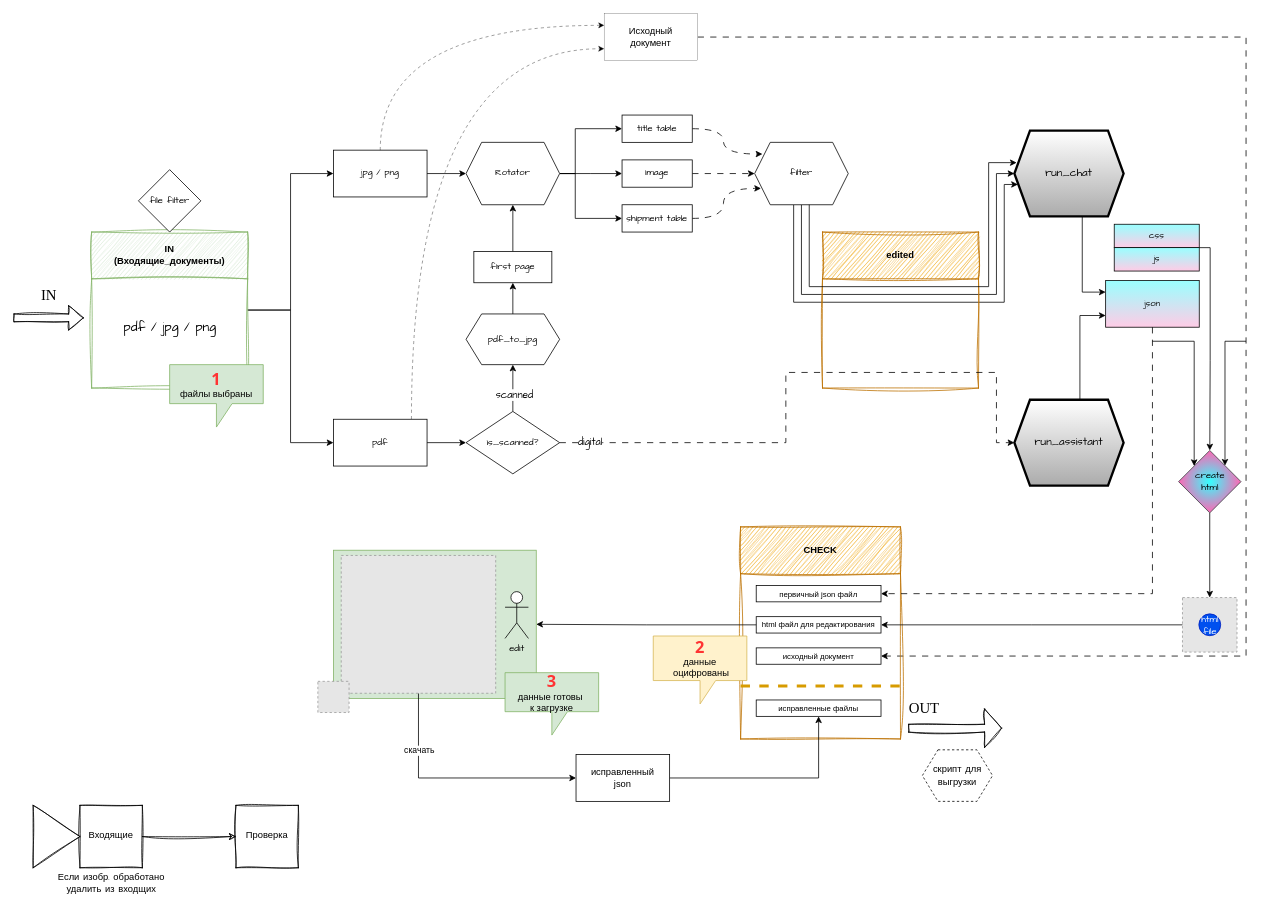
Above: SCHEMAS/invoice_pipe.drawio in maxfil333/shared (draw.io), before the change. Source tidied: cells renumbered, new cells numbered last; positions are measured from the earlier drawing's top-left corner, leaving out a move shared by most shapes. Both pictures are drawn from the tidied source at 78%, with x=0, y=0 at pixel (13, 13). Pictures stored in the file or linked from it are replaced by grey dashed boxes.
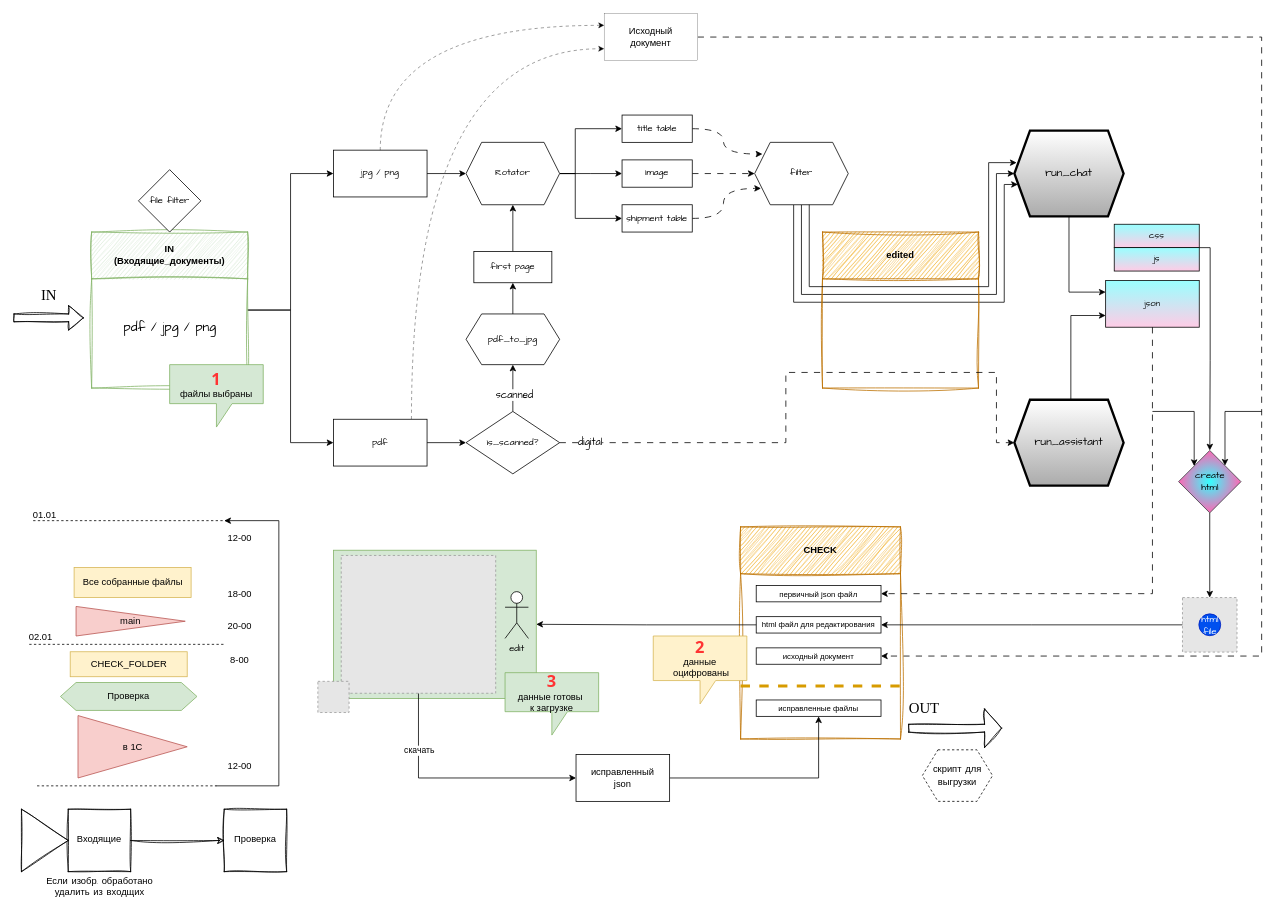
After the change.

Unchanged cells that the change refers to:
```xml
<mxCell id="3" value="&lt;font face=&quot;Helvetica&quot;&gt;Исходный&lt;/font&gt;&lt;div&gt;&lt;font face=&quot;Helvetica&quot;&gt;документ&lt;/font&gt;&lt;/div&gt;" style="rounded=0;whiteSpace=wrap;html=1;hachureGap=4;fontFamily=Architects Daughter;strokeWidth=0.3;" parent="1" vertex="1">
  <mxGeometry x="757" width="120" height="60" as="geometry" />
</mxCell>
<mxCell id="30" value="&lt;font style=&quot;font-size: 14px;&quot;&gt;run_chat&lt;/font&gt;" style="shape=hexagon;perimeter=hexagonPerimeter2;whiteSpace=wrap;html=1;fixedSize=1;hachureGap=4;fontFamily=Architects Daughter;strokeWidth=3;fillStyle=auto;fillColor=default;gradientColor=#ABABAB;" parent="1" vertex="1">
  <mxGeometry x="1283" y="150" width="140" height="110" as="geometry" />
</mxCell>
<mxCell id="32" value="&lt;font style=&quot;font-size: 14px;&quot;&gt;run_assistant&lt;/font&gt;" style="shape=hexagon;perimeter=hexagonPerimeter2;whiteSpace=wrap;html=1;fixedSize=1;hachureGap=4;fontFamily=Architects Daughter;strokeWidth=3;fillStyle=auto;fillColor=default;gradientColor=#ABABAB;" parent="1" vertex="1">
  <mxGeometry x="1283" y="495" width="140" height="110" as="geometry" />
</mxCell>
<mxCell id="35" value="&lt;span style=&quot;font-family: Helvetica; text-wrap: nowrap;&quot;&gt;&lt;font style=&quot;font-size: 10px;&quot;&gt;исходный документ&lt;/font&gt;&lt;/span&gt;" style="rounded=0;whiteSpace=wrap;html=1;hachureGap=4;fontFamily=Architects Daughter;" parent="33" vertex="1">
  <mxGeometry x="20" y="155.1" width="160" height="21" as="geometry" />
</mxCell>
<mxCell id="38" value="json" style="rounded=0;whiteSpace=wrap;html=1;hachureGap=4;fontFamily=Architects Daughter;gradientColor=#FFCCE6;fillColor=#99FFFF;" parent="1" vertex="1">
  <mxGeometry x="1400" y="342" width="120" height="60" as="geometry" />
</mxCell>
<mxCell id="41" value="&lt;div&gt;create&lt;/div&gt;html" style="rhombus;whiteSpace=wrap;html=1;hachureGap=4;fontFamily=Architects Daughter;fillColor=#33FFFF;strokeColor=#36393d;gradientColor=#FF66B3;gradientDirection=radial;" parent="1" vertex="1">
  <mxGeometry x="1493.5" y="560" width="80" height="80" as="geometry" />
</mxCell>
```

What changed in the source:
```diff
@@
     <mxCell id="2" style="edgeStyle=orthogonalEdgeStyle;rounded=0;hachureGap=4;jettySize=auto;html=1;fontFamily=Architects Daughter;dashed=1;dashPattern=8 8;flowAnimation=1;entryX=1;entryY=0.5;entryDx=0;entryDy=0;exitX=1;exitY=0.5;exitDx=0;exitDy=0;" parent="1" edge="1" source="3" target="35">
       <mxGeometry relative="1" as="geometry">
         <Array as="points">
-          <mxPoint x="1580" y="30" />
-          <mxPoint x="1580" y="824" />
+          <mxPoint x="1600" y="30" />
+          <mxPoint x="1600" y="824" />
         </Array>
       </mxGeometry>
     </mxCell>
@@
     <mxCell id="29" style="edgeStyle=orthogonalEdgeStyle;rounded=0;hachureGap=4;jettySize=auto;html=1;entryX=0;entryY=0.25;entryDx=0;entryDy=0;fontFamily=Architects Daughter;exitX=0.5;exitY=1;exitDx=0;exitDy=0;flowAnimation=1;" parent="1" edge="1" source="30" target="38">
       <mxGeometry relative="1" as="geometry">
         <Array as="points">
-          <mxPoint x="1370" y="260" />
-          <mxPoint x="1370" y="357" />
+          <mxPoint x="1353" y="357" />
         </Array>
       </mxGeometry>
     </mxCell>
@@
-    <mxCell id="31" style="edgeStyle=orthogonalEdgeStyle;rounded=0;hachureGap=4;jettySize=auto;html=1;entryX=0;entryY=0.75;entryDx=0;entryDy=0;fontFamily=Architects Daughter;flowAnimation=1;" parent="1" edge="1" source="32" target="38">
+    <mxCell id="31" style="edgeStyle=orthogonalEdgeStyle;rounded=0;hachureGap=4;jettySize=auto;html=1;entryX=0;entryY=0.75;entryDx=0;entryDy=0;fontFamily=Architects Daughter;flowAnimation=1;exitX=0.517;exitY=0.002;exitDx=0;exitDy=0;exitPerimeter=0;" parent="1" edge="1" source="32" target="38">
       <mxGeometry relative="1" as="geometry">
         <Array as="points">
-          <mxPoint x="1367" y="387" />
+          <mxPoint x="1355" y="387" />
         </Array>
       </mxGeometry>
     </mxCell>
@@
     <mxCell id="39" style="edgeStyle=orthogonalEdgeStyle;rounded=0;jettySize=auto;html=1;flowAnimation=1;entryX=0;entryY=0;entryDx=0;entryDy=0;" parent="1" edge="1" target="41">
       <mxGeometry relative="1" as="geometry">
-        <mxPoint x="1460" y="420" as="sourcePoint" />
+        <mxPoint x="1460" y="510" as="sourcePoint" />
         <Array as="points">
-          <mxPoint x="1460" y="420" />
-          <mxPoint x="1514" y="420" />
+          <mxPoint x="1513" y="510" />
         </Array>
       </mxGeometry>
     </mxCell>
@@
-    <mxCell id="48" style="shape=flexArrow;endArrow=classic;html=1;rounded=0;hachureGap=4;fontFamily=Architects Daughter;labelBackgroundColor=none;fontColor=default;sketch=1;curveFitting=1;jiggle=2;endWidth=38.285714285714285;endSize=6.897142857142858;" parent="1" edge="1">
+    <mxCell id="48" style="shape=flexArrow;endArrow=classic;html=1;rounded=0;hachureGap=4;fontFamily=Architects Daughter;labelBackgroundColor=none;fontColor=default;sketch=1;curveFitting=1;jiggle=2;endWidth=38.285714285714285;endSize=6.897142857142858;flowAnimation=0;" parent="1" edge="1">
       <mxGeometry relative="1" as="geometry">
         <mxPoint x="1147" y="916.1" as="sourcePoint" />
         <mxPoint x="1267" y="916" as="targetPoint" />
       </mxGeometry>
     </mxCell>
@@
     <mxCell id="52" value="Входящие" style="whiteSpace=wrap;html=1;sketch=1;hachureGap=4;jiggle=2;curveFitting=1;fontFamily=Architects Daughter;" parent="1" vertex="1">
-      <mxGeometry x="85" y="1015" width="80" height="80" as="geometry" />
+      <mxGeometry x="70" y="1020" width="80" height="80" as="geometry" />
     </mxCell>
     <mxCell id="53" style="triangle;whiteSpace=wrap;html=1;sketch=1;hachureGap=4;jiggle=2;curveFitting=1;fontFamily=Architects Daughter;" parent="1" vertex="1">
-      <mxGeometry x="25" y="1015" width="60" height="80" as="geometry" />
+      <mxGeometry x="10" y="1020" width="60" height="80" as="geometry" />
     </mxCell>
     <mxCell id="54" value="Проверка" style="whiteSpace=wrap;html=1;sketch=1;hachureGap=4;jiggle=2;curveFitting=1;fontFamily=Architects Daughter;" parent="1" vertex="1">
-      <mxGeometry x="285" y="1015" width="80" height="80" as="geometry" />
+      <mxGeometry x="270" y="1020" width="80" height="80" as="geometry" />
     </mxCell>
     <mxCell id="55" value="Если изобр. обработано&lt;div&gt;удалить из входщих&lt;/div&gt;" style="text;html=1;align=center;verticalAlign=middle;strokeColor=none;fillColor=none;fontFamily=Architects Daughter;" parent="1" vertex="1">
-      <mxGeometry x="50" y="1095" width="150" height="40" as="geometry" />
+      <mxGeometry x="35" y="1100" width="150" height="40" as="geometry" />
     </mxCell>
@@
     <mxCell id="66" style="edgeStyle=orthogonalEdgeStyle;rounded=0;hachureGap=4;jettySize=auto;html=1;fontFamily=Architects Daughter;flowAnimation=1;" parent="1" edge="1" target="41">
       <mxGeometry relative="1" as="geometry">
-        <mxPoint x="1580" y="420" as="sourcePoint" />
+        <mxPoint x="1600" y="510" as="sourcePoint" />
         <Array as="points">
-          <mxPoint x="1580" y="420" />
-          <mxPoint x="1553" y="420" />
+          <mxPoint x="1553" y="510" />
         </Array>
       </mxGeometry>
     </mxCell>
@@
+    <mxCell id="84" style="endArrow=none;dashed=1;html=1;rounded=0;" parent="1" edge="1">
+      <mxGeometry relative="1" as="geometry">
+        <mxPoint x="25" y="650" as="sourcePoint" />
+        <mxPoint x="275" y="650" as="targetPoint" />
+      </mxGeometry>
+    </mxCell>
+    <mxCell id="85" style="endArrow=none;dashed=1;html=1;rounded=0;" parent="1" edge="1">
+      <mxGeometry relative="1" as="geometry">
+        <mxPoint x="20" y="808.6" as="sourcePoint" />
+        <mxPoint x="270" y="808.6" as="targetPoint" />
+      </mxGeometry>
+    </mxCell>
+    <mxCell id="86" value="01.01" style="text;html=1;align=center;verticalAlign=middle;whiteSpace=wrap;rounded=0;" parent="1" vertex="1">
+      <mxGeometry x="10" y="627.9" width="60" height="30" as="geometry" />
+    </mxCell>
+    <mxCell id="87" value="02&lt;span style=&quot;background-color: initial;&quot;&gt;.01&lt;/span&gt;" style="text;html=1;align=center;verticalAlign=middle;whiteSpace=wrap;rounded=0;" parent="1" vertex="1">
+      <mxGeometry x="5" y="784.2" width="60" height="30" as="geometry" />
+    </mxCell>
+    <mxCell id="88" value="Все собранные файлы" style="rounded=0;whiteSpace=wrap;html=1;fillColor=#fff2cc;strokeColor=#d6b656;" parent="1" vertex="1">
+      <mxGeometry x="77.5" y="710" width="150" height="38.6" as="geometry" />
+    </mxCell>
+    <mxCell id="89" value="12-00" style="text;html=1;align=center;verticalAlign=middle;whiteSpace=wrap;rounded=0;" parent="1" vertex="1">
+      <mxGeometry x="260" y="657.9" width="60" height="30" as="geometry" />
+    </mxCell>
+    <mxCell id="90" value="20-00" style="text;html=1;align=center;verticalAlign=middle;whiteSpace=wrap;rounded=0;" parent="1" vertex="1">
+      <mxGeometry x="260" y="771" width="60" height="30" as="geometry" />
+    </mxCell>
+    <mxCell id="91" value="12-00" style="text;html=1;align=center;verticalAlign=middle;whiteSpace=wrap;rounded=0;" parent="1" vertex="1">
+      <mxGeometry x="260" y="949.9" width="60" height="30" as="geometry" />
+    </mxCell>
+    <mxCell id="92" value="8-00" style="text;html=1;align=center;verticalAlign=middle;whiteSpace=wrap;rounded=0;" parent="1" vertex="1">
+      <mxGeometry x="260" y="814.2" width="60" height="30" as="geometry" />
+    </mxCell>
+    <mxCell id="93" value="Проверка" style="shape=hexagon;perimeter=hexagonPerimeter2;whiteSpace=wrap;html=1;fixedSize=1;fillColor=#d5e8d4;strokeColor=#82b366;" parent="1" vertex="1">
+      <mxGeometry x="60" y="857.5" width="175" height="35.8" as="geometry" />
+    </mxCell>
+    <mxCell id="94" value="CHECK_FOLDER" style="rounded=0;whiteSpace=wrap;html=1;fillColor=#fff2cc;strokeColor=#d6b656;" parent="1" vertex="1">
+      <mxGeometry x="72.5" y="818.1" width="150" height="32" as="geometry" />
+    </mxCell>
+    <mxCell id="95" value="в 1С" style="triangle;whiteSpace=wrap;html=1;fillColor=#f8cecc;strokeColor=#b85450;" parent="1" vertex="1">
+      <mxGeometry x="82.5" y="899.9" width="140" height="80" as="geometry" />
+    </mxCell>
+    <mxCell id="96" style="edgeStyle=orthogonalEdgeStyle;rounded=0;hachureGap=4;orthogonalLoop=1;jettySize=auto;html=1;fontFamily=Architects Daughter;flowAnimation=1;" parent="1" edge="1">
+      <mxGeometry relative="1" as="geometry">
+        <mxPoint x="259" y="990" as="sourcePoint" />
+        <mxPoint x="270" y="650" as="targetPoint" />
+        <Array as="points">
+          <mxPoint x="340" y="990" />
+          <mxPoint x="340" y="650" />
+        </Array>
+      </mxGeometry>
+    </mxCell>
+    <mxCell id="97" style="endArrow=none;dashed=1;html=1;rounded=0;" parent="1" edge="1">
+      <mxGeometry relative="1" as="geometry">
+        <mxPoint x="30" y="990" as="sourcePoint" />
+        <mxPoint x="260" y="990" as="targetPoint" />
+      </mxGeometry>
+    </mxCell>
+    <mxCell id="98" value="18-00" style="text;html=1;align=center;verticalAlign=middle;whiteSpace=wrap;rounded=0;" parent="1" vertex="1">
+      <mxGeometry x="260" y="730" width="60" height="30" as="geometry" />
+    </mxCell>
+    <mxCell id="99" value="main" style="triangle;whiteSpace=wrap;html=1;fillColor=#f8cecc;strokeColor=#b85450;" parent="1" vertex="1">
+      <mxGeometry x="80" y="760" width="140" height="37.9" as="geometry" />
+    </mxCell>
```
